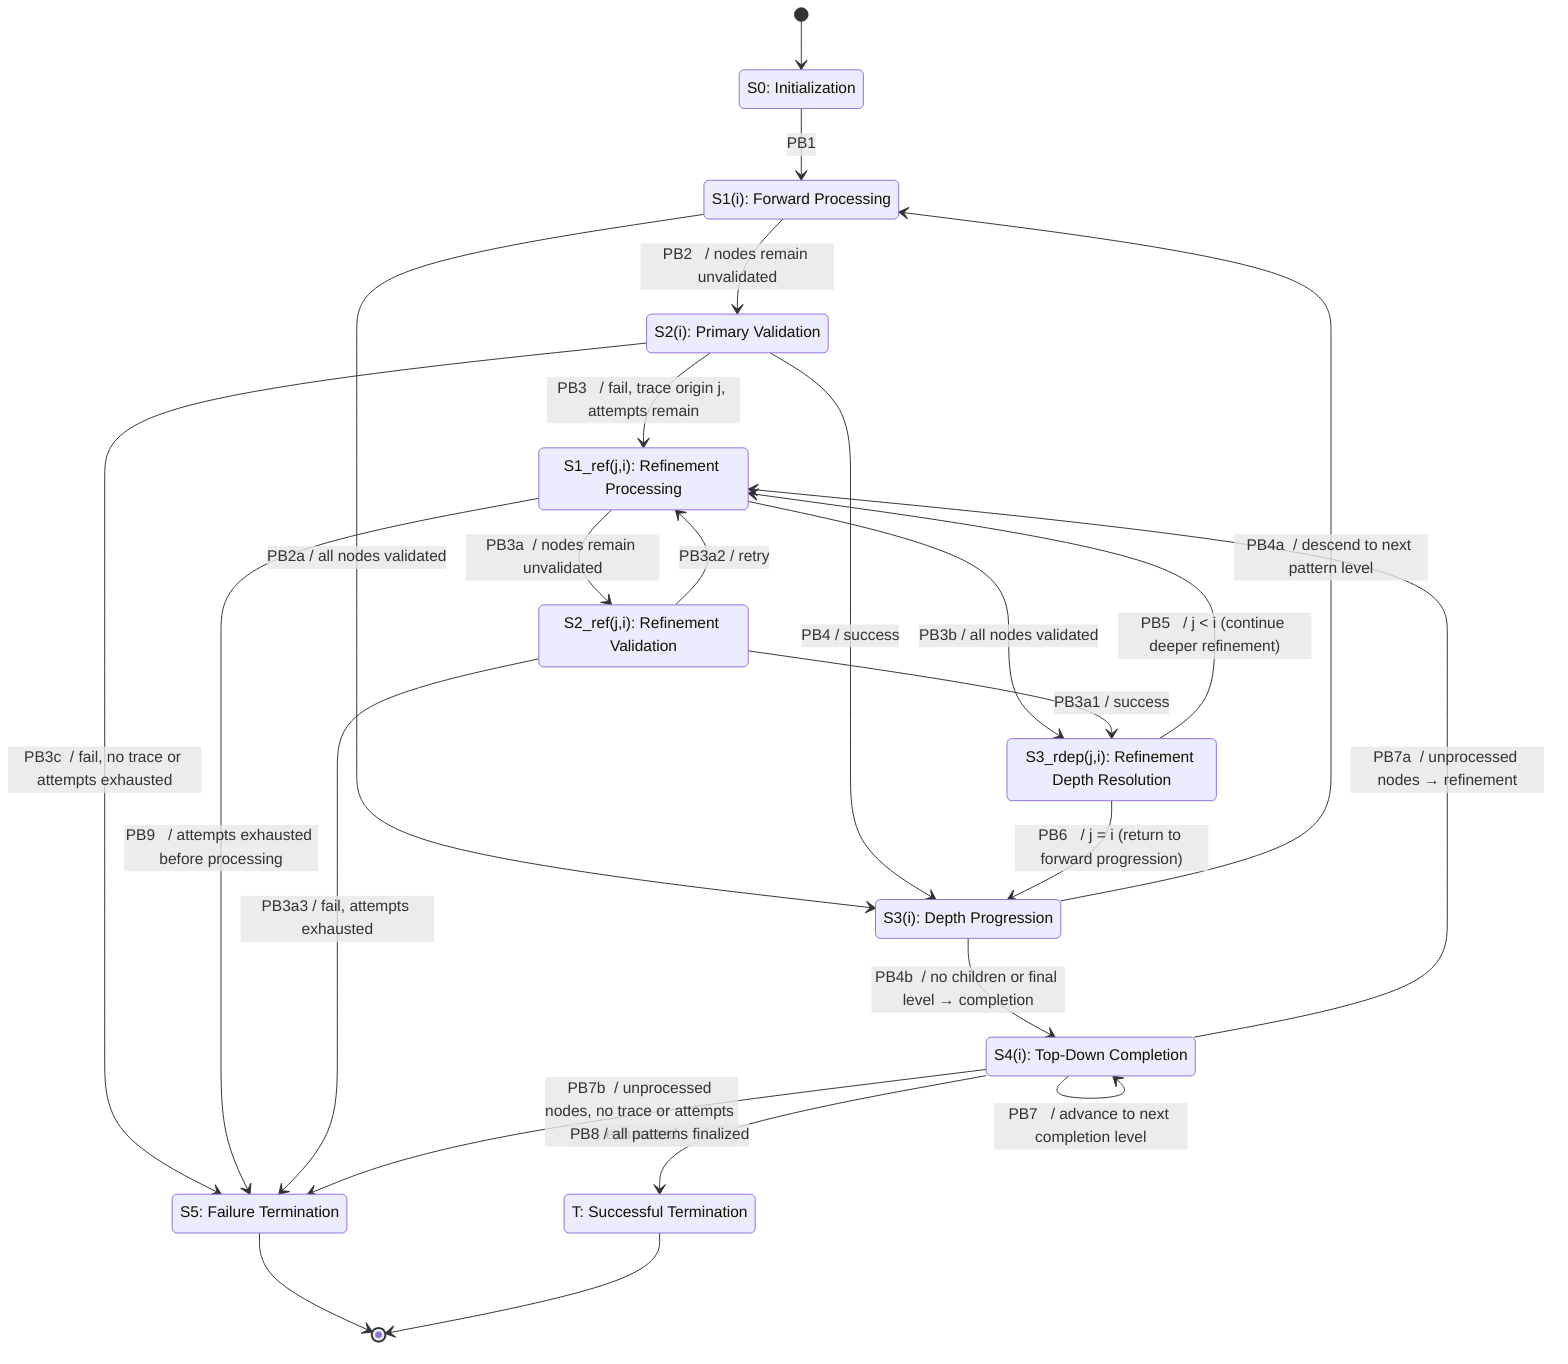
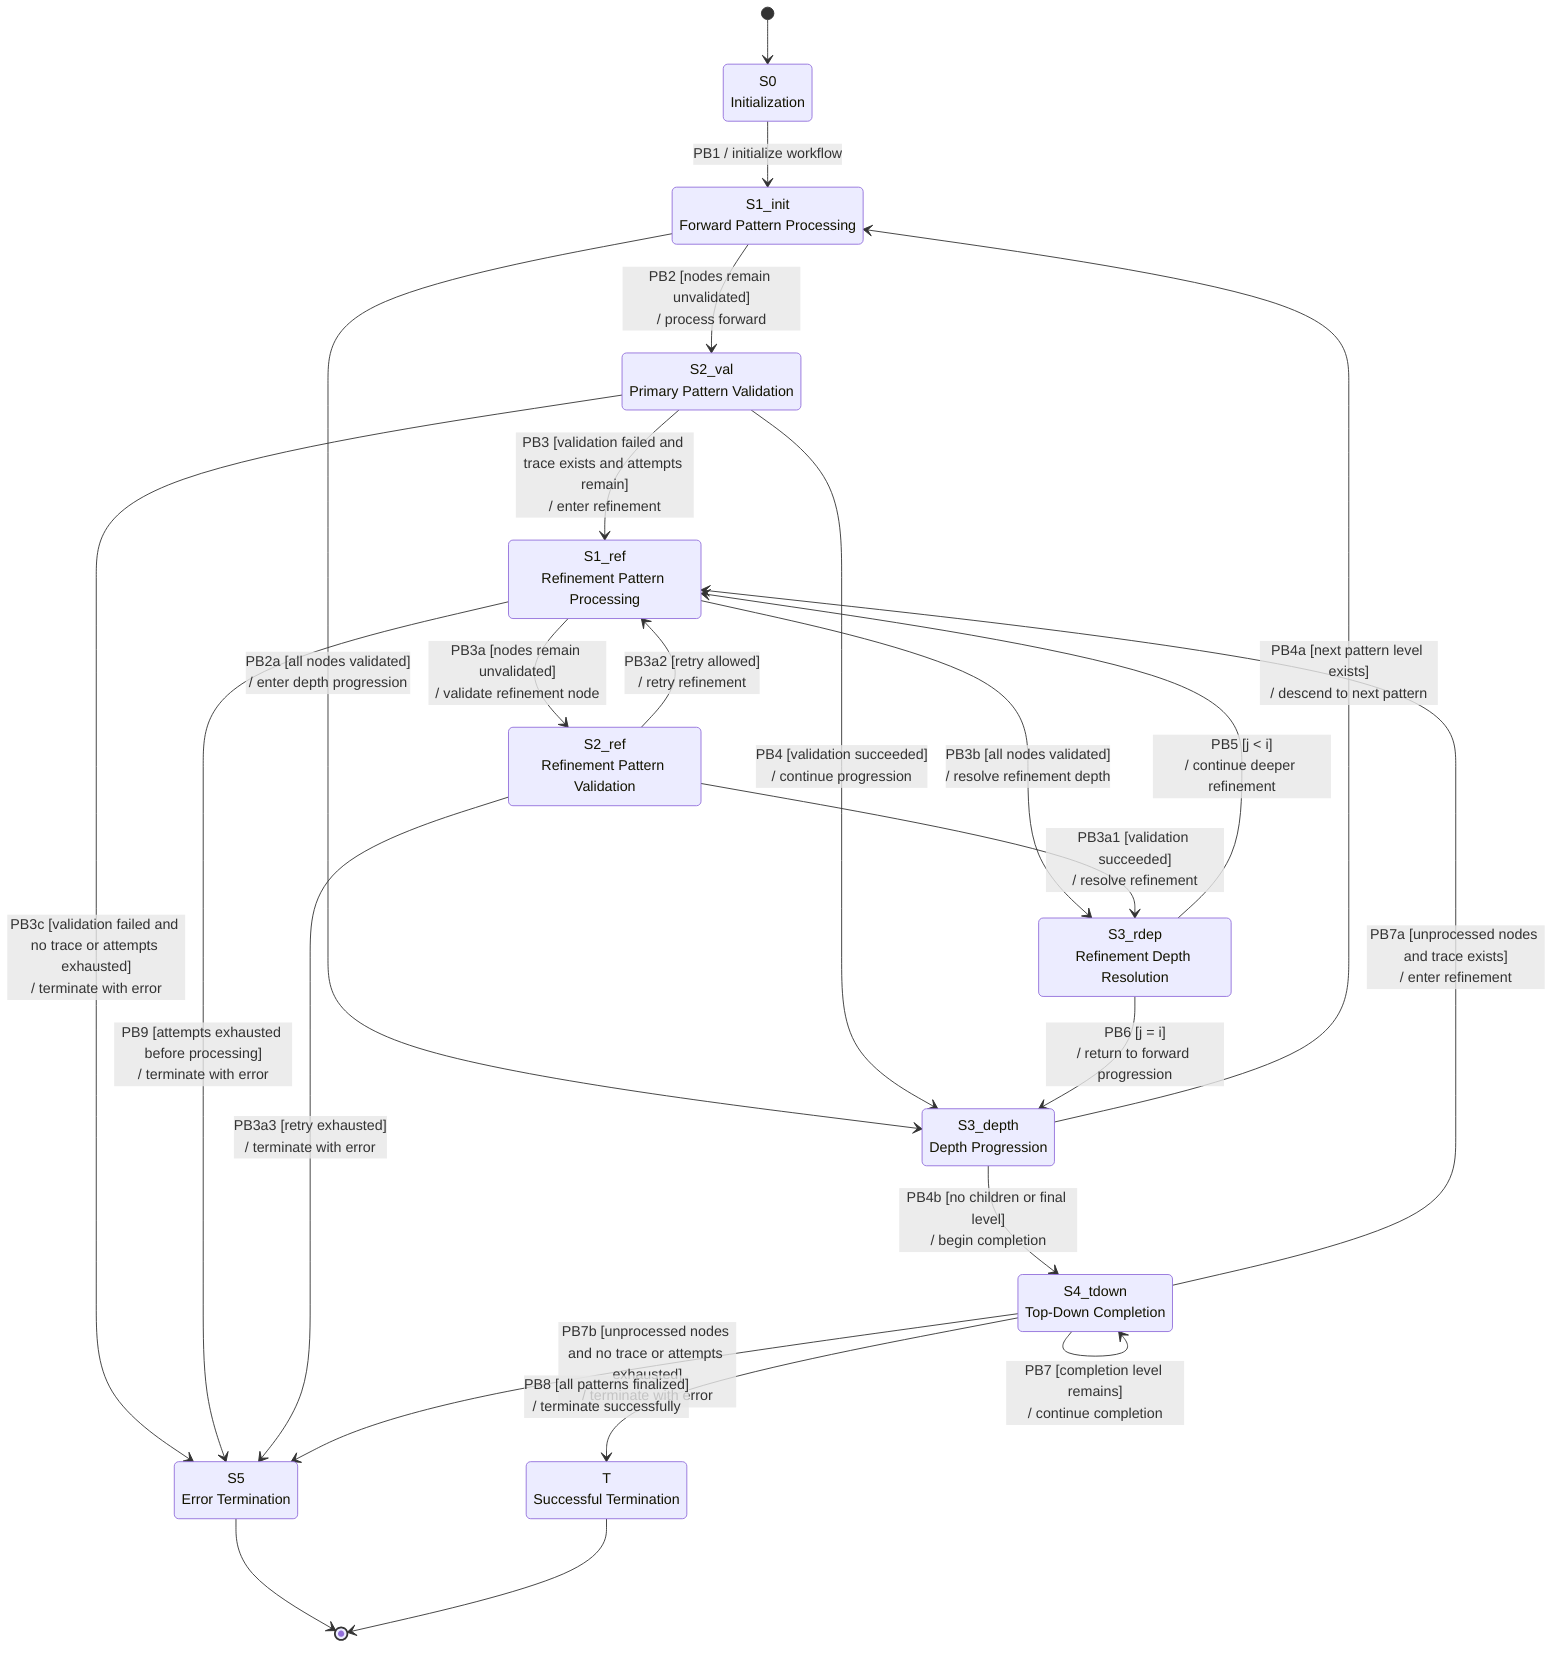
stateDiagram-v2
+     direction TB

-     %% States
-     state "S0: Initialization" as S0
-     state "S1(i): Forward Processing" as S1
-     state "S2(i): Primary Validation" as S2
-     state "S3(i): Depth Progression" as S3
-     state "S1_ref(j,i): Refinement Processing" as S1_R
-     state "S2_ref(j,i): Refinement Validation" as S2_R
-     state "S3_rdep(j,i): Refinement Depth Resolution" as S3_R
-     state "S4(i): Top‑Down Completion" as S4
-     state "S5: Failure Termination" as S5
-     state "T: Successful Termination" as T
+     [*] --> S0

-     %% Transitions
-     [*] --> S0
-     S0 --> S1 : PB1
+     state "S0<br/>Initialization" as S0
+     state "S1_init<br/>Forward Pattern Processing" as S1_init
+     state "S2_val<br/>Primary Pattern Validation" as S2_val
+     state "S3_depth<br/>Depth Progression" as S3_depth
+     state "S1_ref<br/>Refinement Pattern Processing" as S1_ref
+     state "S2_ref<br/>Refinement Pattern Validation" as S2_ref
+     state "S3_rdep<br/>Refinement Depth Resolution" as S3_rdep
+     state "S4_tdown<br/>Top-Down Completion" as S4_tdown
+     state "S5<br/>Error Termination" as S5
+     state "T<br/>Successful Termination" as T

-     S1 --> S2 : PB2   / nodes remain unvalidated
-     S1 --> S3 : PB2a  / all nodes validated
+     S0 --> S1_init : PB1 / initialize workflow

-     S2 --> S1_R : PB3   / fail, trace origin j, attempts remain
-     S2 --> S3   : PB4   / success
-     S2 --> S5   : PB3c  / fail, no trace or attempts exhausted
+     S1_init --> S2_val : PB2 [nodes remain unvalidated]<br/>/ process forward
+     S1_init --> S3_depth : PB2a [all nodes validated]<br/>/ enter depth progression

-     S1_R --> S5   : PB9   / attempts exhausted before processing
-     S1_R --> S2_R : PB3a  / nodes remain unvalidated
-     S1_R --> S3_R : PB3b  / all nodes validated
+     S2_val --> S1_ref : PB3 [validation failed and trace exists and attempts remain]<br/>/ enter refinement
+     S2_val --> S3_depth : PB4 [validation succeeded]<br/>/ continue progression
+     S2_val --> S5 : PB3c [validation failed and no trace or attempts exhausted]<br/>/ terminate with error

-     S2_R --> S3_R : PB3a1 / success
-     S2_R --> S1_R : PB3a2 / retry
-     S2_R --> S5   : PB3a3 / fail, attempts exhausted
+     S1_ref --> S5 : PB9 [attempts exhausted before processing]<br/>/ terminate with error
+     S1_ref --> S2_ref : PB3a [nodes remain unvalidated]<br/>/ validate refinement node
+     S1_ref --> S3_rdep : PB3b [all nodes validated]<br/>/ resolve refinement depth

-     S3_R --> S1_R : PB5   / j < i (continue deeper refinement)
-     S3_R --> S3   : PB6   / j = i (return to forward progression)
+     S2_ref --> S3_rdep : PB3a1 [validation succeeded]<br/>/ resolve refinement
+     S2_ref --> S1_ref : PB3a2 [retry allowed]<br/>/ retry refinement
+     S2_ref --> S5 : PB3a3 [retry exhausted]<br/>/ terminate with error

-     S3 --> S1     : PB4a  / descend to next pattern level
-     S3 --> S4     : PB4b  / no children or final level → completion
+     S3_rdep --> S1_ref : PB5 [j < i]<br/>/ continue deeper refinement
+     S3_rdep --> S3_depth : PB6 [j = i]<br/>/ return to forward progression

-     S4 --> S4     : PB7   / advance to next completion level
-     S4 --> S1_R   : PB7a  / unprocessed nodes → refinement
-     S4 --> S5     : PB7b  / unprocessed nodes, no trace or attempts exhausted
-     S4 --> T      : PB8   / all patterns finalized
+     S3_depth --> S1_init : PB4a [next pattern level exists]<br/>/ descend to next pattern
+     S3_depth --> S4_tdown : PB4b [no children or final level]<br/>/ begin completion
+ 
+     S4_tdown --> S4_tdown : PB7 [completion level remains]<br/>/ continue completion
+     S4_tdown --> S1_ref : PB7a [unprocessed nodes and trace exists]<br/>/ enter refinement
+     S4_tdown --> S5 : PB7b [unprocessed nodes and no trace or attempts exhausted]<br/>/ terminate with error
+     S4_tdown --> T : PB8 [all patterns finalized]<br/>/ terminate successfully

    S5 --> [*]
    T --> [*]
